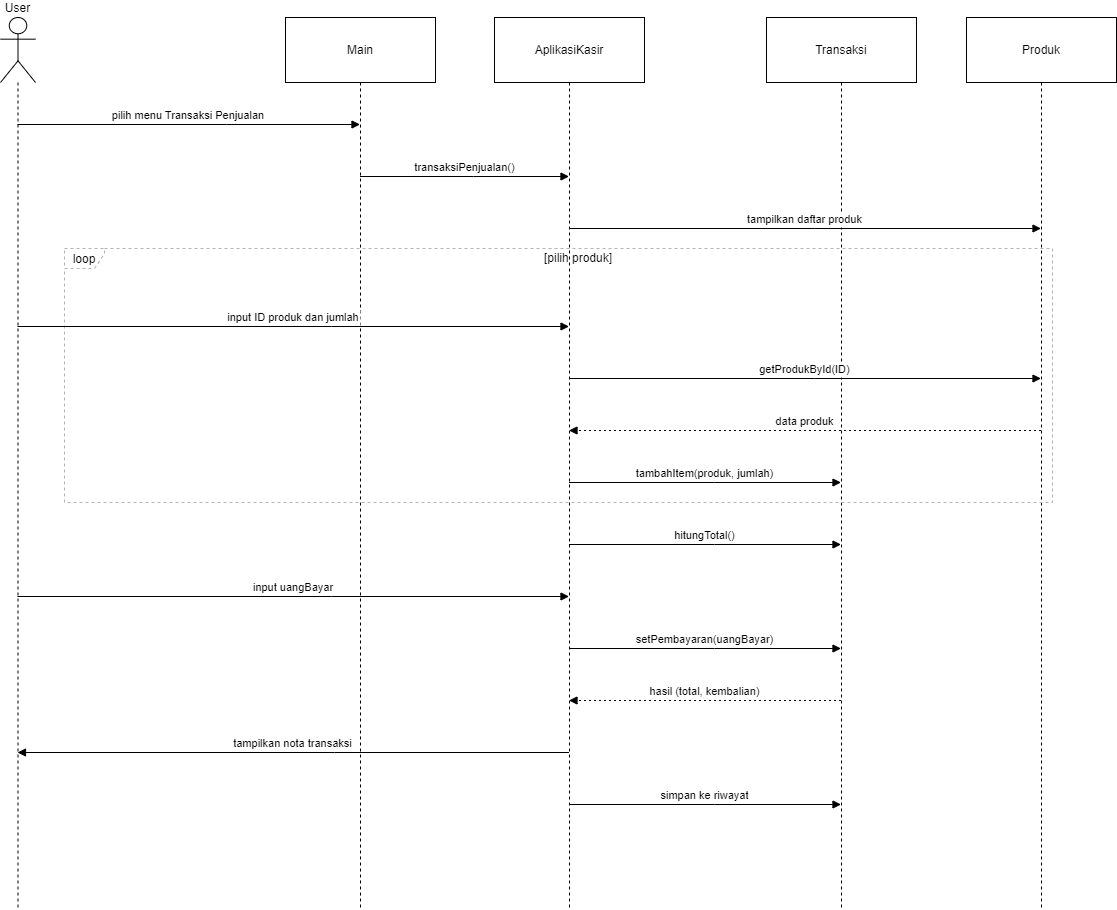
Earlier version of the draw.io export gambar/SequenceDiagramProsesTransaksiPenjualan.drawio.png (siskaoktaviani24-alt/2403004_UTS_PBO). Source tidied: cells renumbered, new cells last; positions are measured from the earlier drawing's top-left corner, leaving out a move shared by most shapes. Its diagram source:
```xml
<mxGraphModel>
  <root>
    <mxCell id="0" />
    <mxCell id="1" parent="0" />
    <mxCell id="2" value="User" style="shape=umlLifeline;perimeter=lifelinePerimeter;whiteSpace=wrap;outlineConnect=0;portConstraint=eastwest;newEdgeStyle={&quot;edgeStyle&quot;:&quot;elbowEdgeStyle&quot;,&quot;elbow&quot;:&quot;vertical&quot;,&quot;curved&quot;:0,&quot;rounded&quot;:0};participant=umlActor;verticalAlign=bottom;labelPosition=center;verticalLabelPosition=top;align=center;size=65;" parent="1" vertex="1">
      <mxGeometry width="35" height="892" as="geometry" />
    </mxCell>
    <mxCell id="3" value="Main" style="shape=umlLifeline;perimeter=lifelinePerimeter;whiteSpace=wrap;outlineConnect=0;portConstraint=eastwest;newEdgeStyle={&quot;edgeStyle&quot;:&quot;elbowEdgeStyle&quot;,&quot;elbow&quot;:&quot;vertical&quot;,&quot;curved&quot;:0,&quot;rounded&quot;:0};size=65;" parent="1" vertex="1">
      <mxGeometry x="285" width="150" height="892" as="geometry" />
    </mxCell>
    <mxCell id="4" value="AplikasiKasir" style="shape=umlLifeline;perimeter=lifelinePerimeter;whiteSpace=wrap;outlineConnect=0;portConstraint=eastwest;newEdgeStyle={&quot;edgeStyle&quot;:&quot;elbowEdgeStyle&quot;,&quot;elbow&quot;:&quot;vertical&quot;,&quot;curved&quot;:0,&quot;rounded&quot;:0};size=65;" parent="1" vertex="1">
      <mxGeometry x="494" width="150" height="892" as="geometry" />
    </mxCell>
    <mxCell id="5" value="Transaksi" style="shape=umlLifeline;perimeter=lifelinePerimeter;whiteSpace=wrap;outlineConnect=0;portConstraint=eastwest;newEdgeStyle={&quot;edgeStyle&quot;:&quot;elbowEdgeStyle&quot;,&quot;elbow&quot;:&quot;vertical&quot;,&quot;curved&quot;:0,&quot;rounded&quot;:0};size=65;" parent="1" vertex="1">
      <mxGeometry x="766" width="150" height="892" as="geometry" />
    </mxCell>
    <mxCell id="6" value="Produk" style="shape=umlLifeline;perimeter=lifelinePerimeter;whiteSpace=wrap;outlineConnect=0;portConstraint=eastwest;newEdgeStyle={&quot;edgeStyle&quot;:&quot;elbowEdgeStyle&quot;,&quot;elbow&quot;:&quot;vertical&quot;,&quot;curved&quot;:0,&quot;rounded&quot;:0};size=65;" parent="1" vertex="1">
      <mxGeometry x="966" width="150" height="892" as="geometry" />
    </mxCell>
    <mxCell id="7" value="loop" style="shape=umlFrame;dashed=1;strokeColor=#B3B3B3;height=20;width=40;" parent="1" vertex="1">
      <mxGeometry x="64" y="231" width="988" height="254" as="geometry" />
    </mxCell>
    <mxCell id="8" value="[pilih produk]" style="text;strokeColor=none;fillColor=none;align=center;verticalAlign=middle;whiteSpace=wrap;" parent="7" vertex="1">
      <mxGeometry x="40" width="948" height="20" as="geometry" />
    </mxCell>
    <mxCell id="9" value="pilih menu Transaksi Penjualan" style="verticalAlign=bottom;edgeStyle=elbowEdgeStyle;elbow=vertical;curved=0;rounded=0;endArrow=block;" parent="1" edge="1" source="2" target="3">
      <mxGeometry relative="1" as="geometry">
        <Array as="points">
          <mxPoint x="226" y="107" />
        </Array>
      </mxGeometry>
    </mxCell>
    <mxCell id="10" value="transaksiPenjualan()" style="verticalAlign=bottom;edgeStyle=elbowEdgeStyle;elbow=vertical;curved=0;rounded=0;endArrow=block;" parent="1" edge="1" source="3" target="4">
      <mxGeometry relative="1" as="geometry">
        <Array as="points">
          <mxPoint x="473" y="159" />
        </Array>
      </mxGeometry>
    </mxCell>
    <mxCell id="11" value="tampilkan daftar produk" style="verticalAlign=bottom;edgeStyle=elbowEdgeStyle;elbow=vertical;curved=0;rounded=0;endArrow=block;" parent="1" edge="1" source="4" target="6">
      <mxGeometry relative="1" as="geometry">
        <Array as="points">
          <mxPoint x="814" y="211" />
        </Array>
      </mxGeometry>
    </mxCell>
    <mxCell id="12" value="input ID produk dan jumlah" style="verticalAlign=bottom;edgeStyle=elbowEdgeStyle;elbow=vertical;curved=0;rounded=0;endArrow=block;" parent="1" edge="1" source="2" target="4">
      <mxGeometry relative="1" as="geometry">
        <Array as="points">
          <mxPoint x="331" y="309" />
        </Array>
      </mxGeometry>
    </mxCell>
    <mxCell id="13" value="getProdukById(ID)" style="verticalAlign=bottom;edgeStyle=elbowEdgeStyle;elbow=vertical;curved=0;rounded=0;endArrow=block;" parent="1" edge="1" source="4" target="6">
      <mxGeometry relative="1" as="geometry">
        <Array as="points">
          <mxPoint x="814" y="361" />
        </Array>
      </mxGeometry>
    </mxCell>
    <mxCell id="14" value="data produk" style="verticalAlign=bottom;edgeStyle=elbowEdgeStyle;elbow=vertical;curved=0;rounded=0;dashed=1;dashPattern=2 3;endArrow=block;" parent="1" edge="1" source="6" target="4">
      <mxGeometry relative="1" as="geometry">
        <Array as="points">
          <mxPoint x="817" y="413" />
        </Array>
      </mxGeometry>
    </mxCell>
    <mxCell id="15" value="tambahItem(produk, jumlah)" style="verticalAlign=bottom;edgeStyle=elbowEdgeStyle;elbow=vertical;curved=0;rounded=0;endArrow=block;" parent="1" edge="1" source="4" target="5">
      <mxGeometry relative="1" as="geometry">
        <Array as="points">
          <mxPoint x="714" y="465" />
        </Array>
      </mxGeometry>
    </mxCell>
    <mxCell id="16" value="hitungTotal()" style="verticalAlign=bottom;edgeStyle=elbowEdgeStyle;elbow=vertical;curved=0;rounded=0;endArrow=block;" parent="1" edge="1" source="4" target="5">
      <mxGeometry relative="1" as="geometry">
        <Array as="points">
          <mxPoint x="714" y="527" />
        </Array>
      </mxGeometry>
    </mxCell>
    <mxCell id="17" value="input uangBayar" style="verticalAlign=bottom;edgeStyle=elbowEdgeStyle;elbow=vertical;curved=0;rounded=0;endArrow=block;" parent="1" edge="1" source="2" target="4">
      <mxGeometry relative="1" as="geometry">
        <Array as="points">
          <mxPoint x="331" y="579" />
        </Array>
      </mxGeometry>
    </mxCell>
    <mxCell id="18" value="setPembayaran(uangBayar)" style="verticalAlign=bottom;edgeStyle=elbowEdgeStyle;elbow=vertical;curved=0;rounded=0;endArrow=block;" parent="1" edge="1" source="4" target="5">
      <mxGeometry relative="1" as="geometry">
        <Array as="points">
          <mxPoint x="714" y="631" />
        </Array>
      </mxGeometry>
    </mxCell>
    <mxCell id="19" value="hasil (total, kembalian)" style="verticalAlign=bottom;edgeStyle=elbowEdgeStyle;elbow=vertical;curved=0;rounded=0;dashed=1;dashPattern=2 3;endArrow=block;" parent="1" edge="1" source="5" target="4">
      <mxGeometry relative="1" as="geometry">
        <Array as="points">
          <mxPoint x="717" y="683" />
        </Array>
      </mxGeometry>
    </mxCell>
    <mxCell id="20" value="tampilkan nota transaksi" style="verticalAlign=bottom;edgeStyle=elbowEdgeStyle;elbow=vertical;curved=0;rounded=0;endArrow=block;" parent="1" edge="1" source="4" target="2">
      <mxGeometry relative="1" as="geometry">
        <Array as="points">
          <mxPoint x="334" y="735" />
        </Array>
      </mxGeometry>
    </mxCell>
    <mxCell id="21" value="simpan ke riwayat" style="verticalAlign=bottom;edgeStyle=elbowEdgeStyle;elbow=vertical;curved=0;rounded=0;endArrow=block;" parent="1" edge="1" source="4" target="5">
      <mxGeometry relative="1" as="geometry">
        <Array as="points">
          <mxPoint x="714" y="787" />
        </Array>
      </mxGeometry>
    </mxCell>
  </root>
</mxGraphModel>
```
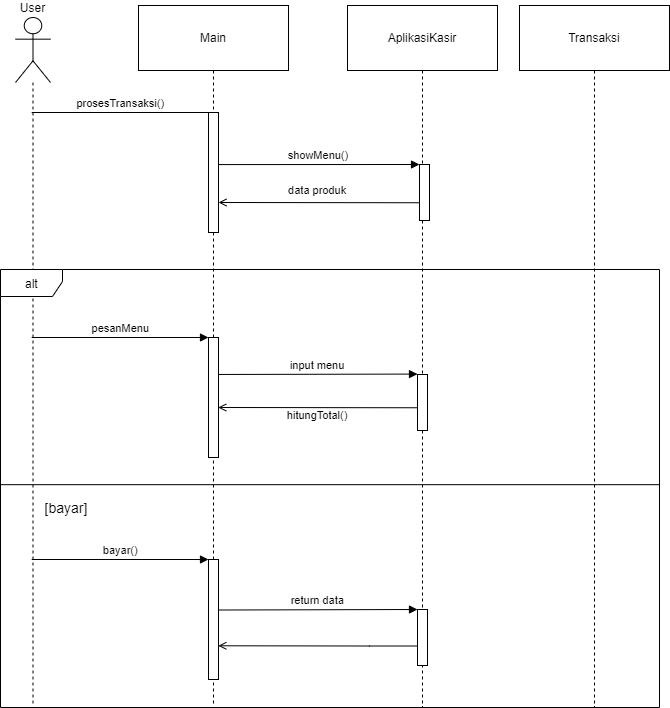
The same file after the commit.

Change to the diagram source:
```diff
@@ -3,116 +3,109 @@
     <mxCell id="0" />
     <mxCell id="1" parent="0" />
     <mxCell id="2" value="User" style="shape=umlLifeline;perimeter=lifelinePerimeter;whiteSpace=wrap;outlineConnect=0;portConstraint=eastwest;newEdgeStyle={&quot;edgeStyle&quot;:&quot;elbowEdgeStyle&quot;,&quot;elbow&quot;:&quot;vertical&quot;,&quot;curved&quot;:0,&quot;rounded&quot;:0};participant=umlActor;verticalAlign=bottom;labelPosition=center;verticalLabelPosition=top;align=center;size=65;" parent="1" vertex="1">
-      <mxGeometry width="35" height="892" as="geometry" />
+      <mxGeometry x="162" y="12" width="35" height="688" as="geometry" />
     </mxCell>
     <mxCell id="3" value="Main" style="shape=umlLifeline;perimeter=lifelinePerimeter;whiteSpace=wrap;outlineConnect=0;portConstraint=eastwest;newEdgeStyle={&quot;edgeStyle&quot;:&quot;elbowEdgeStyle&quot;,&quot;elbow&quot;:&quot;vertical&quot;,&quot;curved&quot;:0,&quot;rounded&quot;:0};size=65;" parent="1" vertex="1">
-      <mxGeometry x="285" width="150" height="892" as="geometry" />
+      <mxGeometry x="285" width="150" height="701" as="geometry" />
     </mxCell>
     <mxCell id="4" value="AplikasiKasir" style="shape=umlLifeline;perimeter=lifelinePerimeter;whiteSpace=wrap;outlineConnect=0;portConstraint=eastwest;newEdgeStyle={&quot;edgeStyle&quot;:&quot;elbowEdgeStyle&quot;,&quot;elbow&quot;:&quot;vertical&quot;,&quot;curved&quot;:0,&quot;rounded&quot;:0};size=65;" parent="1" vertex="1">
-      <mxGeometry x="494" width="150" height="892" as="geometry" />
+      <mxGeometry x="494" width="150" height="702" as="geometry" />
     </mxCell>
     <mxCell id="5" value="Transaksi" style="shape=umlLifeline;perimeter=lifelinePerimeter;whiteSpace=wrap;outlineConnect=0;portConstraint=eastwest;newEdgeStyle={&quot;edgeStyle&quot;:&quot;elbowEdgeStyle&quot;,&quot;elbow&quot;:&quot;vertical&quot;,&quot;curved&quot;:0,&quot;rounded&quot;:0};size=65;" parent="1" vertex="1">
-      <mxGeometry x="766" width="150" height="892" as="geometry" />
+      <mxGeometry x="666" width="150" height="702" as="geometry" />
     </mxCell>
-    <mxCell id="6" value="Produk" style="shape=umlLifeline;perimeter=lifelinePerimeter;whiteSpace=wrap;outlineConnect=0;portConstraint=eastwest;newEdgeStyle={&quot;edgeStyle&quot;:&quot;elbowEdgeStyle&quot;,&quot;elbow&quot;:&quot;vertical&quot;,&quot;curved&quot;:0,&quot;rounded&quot;:0};size=65;" parent="1" vertex="1">
-      <mxGeometry x="966" width="150" height="892" as="geometry" />
-    </mxCell>
-    <mxCell id="7" value="loop" style="shape=umlFrame;dashed=1;strokeColor=#B3B3B3;height=20;width=40;" parent="1" vertex="1">
-      <mxGeometry x="64" y="231" width="988" height="254" as="geometry" />
+    <mxCell id="7" value="alt" style="shape=umlFrame;strokeColor=light-dark(#000000, #535353);height=27;width=62;" parent="1" vertex="1">
+      <mxGeometry x="147" y="264" width="659" height="438" as="geometry" />
     </mxCell>
-    <mxCell id="8" value="[pilih produk]" style="text;strokeColor=none;fillColor=none;align=center;verticalAlign=middle;whiteSpace=wrap;" parent="7" vertex="1">
-      <mxGeometry x="40" width="948" height="20" as="geometry" />
-    </mxCell>
-    <mxCell id="9" value="pilih menu Transaksi Penjualan" style="verticalAlign=bottom;edgeStyle=elbowEdgeStyle;elbow=vertical;curved=0;rounded=0;endArrow=block;" parent="1" edge="1" source="2" target="3">
+    <mxCell id="9" value="prosesTransaksi()" style="verticalAlign=bottom;edgeStyle=elbowEdgeStyle;elbow=vertical;curved=0;rounded=0;endArrow=none;startFill=0;entryX=0;entryY=1;entryDx=0;entryDy=0;" parent="1" edge="1" source="2" target="22">
       <mxGeometry relative="1" as="geometry">
         <Array as="points">
           <mxPoint x="226" y="107" />
         </Array>
       </mxGeometry>
     </mxCell>
-    <mxCell id="10" value="transaksiPenjualan()" style="verticalAlign=bottom;edgeStyle=elbowEdgeStyle;elbow=vertical;curved=0;rounded=0;endArrow=block;" parent="1" edge="1" source="3" target="4">
+    <mxCell id="10" value="showMenu()" style="verticalAlign=bottom;edgeStyle=elbowEdgeStyle;elbow=vertical;curved=0;rounded=0;endArrow=block;exitX=0.434;exitY=-0.002;exitDx=0;exitDy=0;exitPerimeter=0;entryX=0;entryY=1;entryDx=0;entryDy=0;" parent="1" edge="1" source="22" target="26">
       <mxGeometry relative="1" as="geometry">
         <Array as="points">
           <mxPoint x="473" y="159" />
         </Array>
       </mxGeometry>
     </mxCell>
-    <mxCell id="11" value="tampilkan daftar produk" style="verticalAlign=bottom;edgeStyle=elbowEdgeStyle;elbow=vertical;curved=0;rounded=0;endArrow=block;" parent="1" edge="1" source="4" target="6">
-      <mxGeometry relative="1" as="geometry">
-        <Array as="points">
-          <mxPoint x="814" y="211" />
-        </Array>
-      </mxGeometry>
-    </mxCell>
-    <mxCell id="12" value="input ID produk dan jumlah" style="verticalAlign=bottom;edgeStyle=elbowEdgeStyle;elbow=vertical;curved=0;rounded=0;endArrow=block;" parent="1" edge="1" source="2" target="4">
-      <mxGeometry relative="1" as="geometry">
-        <Array as="points">
-          <mxPoint x="331" y="309" />
-        </Array>
-      </mxGeometry>
-    </mxCell>
-    <mxCell id="13" value="getProdukById(ID)" style="verticalAlign=bottom;edgeStyle=elbowEdgeStyle;elbow=vertical;curved=0;rounded=0;endArrow=block;" parent="1" edge="1" source="4" target="6">
-      <mxGeometry relative="1" as="geometry">
-        <Array as="points">
-          <mxPoint x="814" y="361" />
-        </Array>
-      </mxGeometry>
-    </mxCell>
-    <mxCell id="14" value="data produk" style="verticalAlign=bottom;edgeStyle=elbowEdgeStyle;elbow=vertical;curved=0;rounded=0;dashed=1;dashPattern=2 3;endArrow=block;" parent="1" edge="1" source="6" target="4">
-      <mxGeometry relative="1" as="geometry">
+    <mxCell id="14" value="data produk" style="verticalAlign=bottom;edgeStyle=elbowEdgeStyle;elbow=vertical;curved=0;rounded=0;endArrow=open;endFill=0;entryX=0.75;entryY=0;entryDx=0;entryDy=0;exitX=0.683;exitY=1.028;exitDx=0;exitDy=0;exitPerimeter=0;" parent="1" edge="1" source="26" target="22">
+      <mxGeometry x="0.02" y="-3" relative="1" as="geometry">
         <Array as="points">
-          <mxPoint x="817" y="413" />
+          <mxPoint x="366" y="197" />
         </Array>
       </mxGeometry>
     </mxCell>
-    <mxCell id="15" value="tambahItem(produk, jumlah)" style="verticalAlign=bottom;edgeStyle=elbowEdgeStyle;elbow=vertical;curved=0;rounded=0;endArrow=block;" parent="1" edge="1" source="4" target="5">
-      <mxGeometry relative="1" as="geometry">
-        <Array as="points">
-          <mxPoint x="714" y="465" />
-        </Array>
-      </mxGeometry>
-    </mxCell>
+    <mxCell id="22" style="rounded=0;whiteSpace=wrap;html=1;direction=south;" parent="1" vertex="1">
+      <mxGeometry x="355" y="107" width="10" height="120" as="geometry" />
+    </mxCell>
+    <mxCell id="23" value="pesanMenu" style="verticalAlign=bottom;edgeStyle=elbowEdgeStyle;elbow=vertical;curved=0;rounded=0;endArrow=block;entryX=0;entryY=1;entryDx=0;entryDy=0;" parent="1" edge="1" source="2" target="25">
+      <mxGeometry relative="1" as="geometry">
+        <Array as="points">
+          <mxPoint x="291" y="332" />
+        </Array>
+      </mxGeometry>
+    </mxCell>
+    <mxCell id="24" value="input menu" style="verticalAlign=bottom;edgeStyle=elbowEdgeStyle;elbow=vertical;curved=0;rounded=0;endArrow=block;exitX=0.308;exitY=0.05;exitDx=0;exitDy=0;exitPerimeter=0;entryX=0;entryY=1;entryDx=0;entryDy=0;" parent="1" edge="1" source="25" target="27">
+      <mxGeometry relative="1" as="geometry">
+        <Array as="points">
+          <mxPoint x="494" y="368.6" />
+        </Array>
+      </mxGeometry>
+    </mxCell>
-    <mxCell id="16" value="hitungTotal()" style="verticalAlign=bottom;edgeStyle=elbowEdgeStyle;elbow=vertical;curved=0;rounded=0;endArrow=block;" parent="1" edge="1" source="4" target="5">
-      <mxGeometry relative="1" as="geometry">
+    <mxCell id="16" value="hitungTotal()" style="verticalAlign=bottom;edgeStyle=elbowEdgeStyle;elbow=vertical;curved=0;rounded=0;endArrow=open;endFill=0;entryX=0.584;entryY=0.03;entryDx=0;entryDy=0;entryPerimeter=0;exitX=0.594;exitY=1.014;exitDx=0;exitDy=0;exitPerimeter=0;" parent="1" edge="1" source="27" target="25">
+      <mxGeometry y="17" relative="1" as="geometry">
         <Array as="points">
-          <mxPoint x="714" y="527" />
+          <mxPoint x="369" y="402" />
         </Array>
       </mxGeometry>
     </mxCell>
-    <mxCell id="17" value="input uangBayar" style="verticalAlign=bottom;edgeStyle=elbowEdgeStyle;elbow=vertical;curved=0;rounded=0;endArrow=block;" parent="1" edge="1" source="2" target="4">
-      <mxGeometry relative="1" as="geometry">
-        <Array as="points">
-          <mxPoint x="331" y="579" />
-        </Array>
-      </mxGeometry>
-    </mxCell>
-    <mxCell id="18" value="setPembayaran(uangBayar)" style="verticalAlign=bottom;edgeStyle=elbowEdgeStyle;elbow=vertical;curved=0;rounded=0;endArrow=block;" parent="1" edge="1" source="4" target="5">
-      <mxGeometry relative="1" as="geometry">
-        <Array as="points">
-          <mxPoint x="714" y="631" />
-        </Array>
-      </mxGeometry>
-    </mxCell>
-    <mxCell id="19" value="hasil (total, kembalian)" style="verticalAlign=bottom;edgeStyle=elbowEdgeStyle;elbow=vertical;curved=0;rounded=0;dashed=1;dashPattern=2 3;endArrow=block;" parent="1" edge="1" source="5" target="4">
-      <mxGeometry relative="1" as="geometry">
-        <Array as="points">
-          <mxPoint x="717" y="683" />
-        </Array>
-      </mxGeometry>
-    </mxCell>
-    <mxCell id="20" value="tampilkan nota transaksi" style="verticalAlign=bottom;edgeStyle=elbowEdgeStyle;elbow=vertical;curved=0;rounded=0;endArrow=block;" parent="1" edge="1" source="4" target="2">
-      <mxGeometry relative="1" as="geometry">
-        <Array as="points">
-          <mxPoint x="334" y="735" />
-        </Array>
-      </mxGeometry>
-    </mxCell>
-    <mxCell id="21" value="simpan ke riwayat" style="verticalAlign=bottom;edgeStyle=elbowEdgeStyle;elbow=vertical;curved=0;rounded=0;endArrow=block;" parent="1" edge="1" source="4" target="5">
-      <mxGeometry relative="1" as="geometry">
-        <Array as="points">
-          <mxPoint x="714" y="787" />
-        </Array>
-      </mxGeometry>
-    </mxCell>
+    <mxCell id="25" style="rounded=0;whiteSpace=wrap;html=1;direction=south;" parent="1" vertex="1">
+      <mxGeometry x="355" y="332" width="10" height="120" as="geometry" />
+    </mxCell>
+    <mxCell id="26" style="rounded=0;whiteSpace=wrap;html=1;direction=south;" parent="1" vertex="1">
+      <mxGeometry x="566" y="159" width="10" height="56" as="geometry" />
+    </mxCell>
+    <mxCell id="27" style="rounded=0;whiteSpace=wrap;html=1;direction=south;" parent="1" vertex="1">
+      <mxGeometry x="564" y="369" width="10" height="56" as="geometry" />
+    </mxCell>
+    <mxCell id="28" style="endArrow=none;html=1;rounded=0;entryX=1;entryY=0.464;entryDx=0;entryDy=0;entryPerimeter=0;exitX=0;exitY=0.464;exitDx=0;exitDy=0;exitPerimeter=0;" parent="1" edge="1">
+      <mxGeometry relative="1" as="geometry">
+        <mxPoint x="147" y="479.2" as="sourcePoint" />
+        <mxPoint x="806" y="479.2" as="targetPoint" />
+      </mxGeometry>
+    </mxCell>
+    <mxCell id="29" value="&lt;font style=&quot;font-size: 14px;&quot;&gt;[bayar]&lt;/font&gt;" style="text;html=1;align=center;verticalAlign=middle;whiteSpace=wrap;rounded=0;" parent="1" vertex="1">
+      <mxGeometry x="183" y="493" width="60" height="20" as="geometry" />
+    </mxCell>
+    <mxCell id="30" value="bayar()" style="verticalAlign=bottom;edgeStyle=elbowEdgeStyle;elbow=vertical;curved=0;rounded=0;endArrow=block;entryX=0;entryY=1;entryDx=0;entryDy=0;" parent="1" edge="1" source="2" target="31">
+      <mxGeometry relative="1" as="geometry">
+        <Array as="points">
+          <mxPoint x="291" y="554" />
+        </Array>
+      </mxGeometry>
+    </mxCell>
+    <mxCell id="31" style="rounded=0;whiteSpace=wrap;html=1;direction=south;" parent="1" vertex="1">
+      <mxGeometry x="355" y="554" width="10" height="120" as="geometry" />
+    </mxCell>
+    <mxCell id="32" value="return data" style="verticalAlign=bottom;edgeStyle=elbowEdgeStyle;elbow=vertical;curved=0;rounded=0;endArrow=block;exitX=0.421;exitY=0.02;exitDx=0;exitDy=0;exitPerimeter=0;entryX=0;entryY=1;entryDx=0;entryDy=0;" parent="1" edge="1" source="31" target="34">
+      <mxGeometry relative="1" as="geometry">
+        <Array as="points">
+          <mxPoint x="494" y="604" />
+        </Array>
+      </mxGeometry>
+    </mxCell>
+    <mxCell id="33" style="verticalAlign=bottom;edgeStyle=elbowEdgeStyle;elbow=horizontal;curved=0;rounded=0;endArrow=open;endFill=0;entryX=0.719;entryY=0.016;entryDx=0;entryDy=0;entryPerimeter=0;exitX=0.652;exitY=1.01;exitDx=0;exitDy=0;exitPerimeter=0;" parent="1" edge="1" source="34" target="31">
+      <mxGeometry y="17" relative="1" as="geometry">
+        <Array as="points">
+          <mxPoint x="516" y="614" />
+        </Array>
+      </mxGeometry>
+    </mxCell>
+    <mxCell id="34" style="rounded=0;whiteSpace=wrap;html=1;direction=south;" parent="1" vertex="1">
+      <mxGeometry x="564" y="604" width="10" height="56" as="geometry" />
+    </mxCell>
   </root>
 </mxGraphModel>
```
